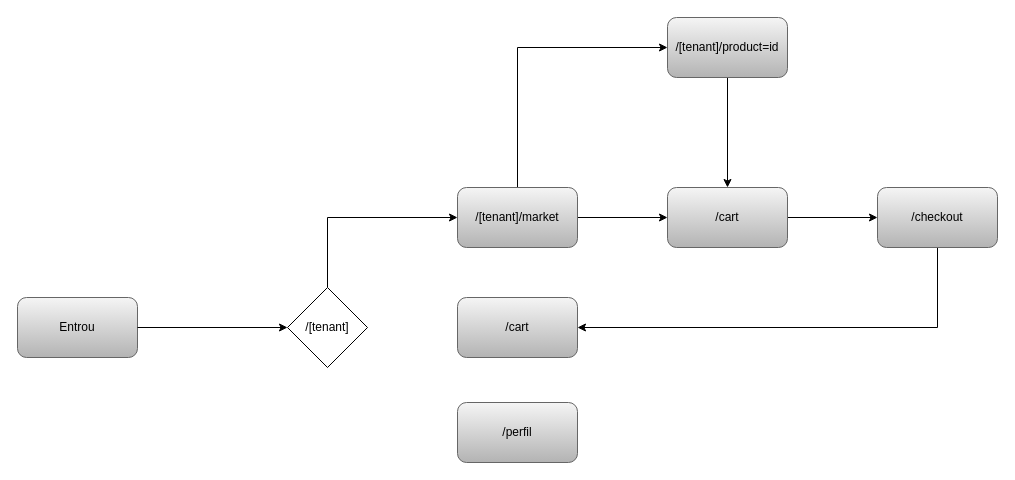
Earlier version of the draw.io diagram mult-tenant-store.drawio (vsiago/ai). Source tidied: cells renumbered, new cells numbered last; positions are measured from the earlier drawing's top-left corner, leaving out a move shared by most shapes. Both pictures are drawn from the tidied source at 100%, with x=0, y=0 at pixel (17, 17).
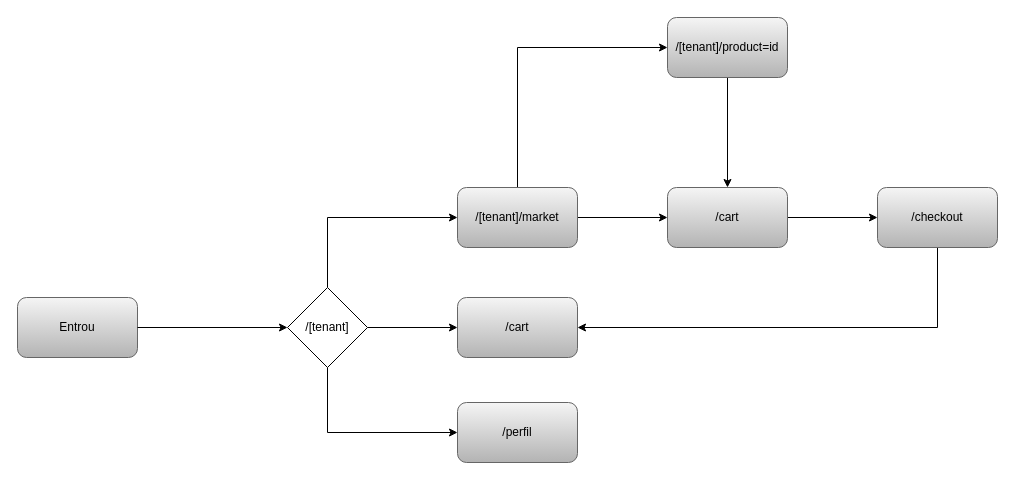
The same diagram, later.

Unchanged cells that the change refers to:
```xml
<mxCell id="11" value="/cart" style="rounded=1;whiteSpace=wrap;html=1;fillColor=#f5f5f5;gradientColor=#b3b3b3;strokeColor=#666666;" parent="1" vertex="1">
  <mxGeometry x="440" y="280" width="120" height="60" as="geometry" />
</mxCell>
<mxCell id="12" value="/perfil" style="rounded=1;whiteSpace=wrap;html=1;fillColor=#f5f5f5;gradientColor=#b3b3b3;strokeColor=#666666;" parent="1" vertex="1">
  <mxGeometry x="440" y="385" width="120" height="60" as="geometry" />
</mxCell>
<mxCell id="14" value="/[tenant]" style="rhombus;whiteSpace=wrap;html=1;" parent="1" vertex="1">
  <mxGeometry x="270" y="270" width="80" height="80" as="geometry" />
</mxCell>
```

What changed in the source:
```diff
@@
+    <mxCell id="17" style="edgeStyle=orthogonalEdgeStyle;rounded=0;jettySize=auto;html=1;" parent="1" edge="1" source="14" target="11">
+      <mxGeometry relative="1" as="geometry" />
+    </mxCell>
+    <mxCell id="18" style="edgeStyle=orthogonalEdgeStyle;rounded=0;jettySize=auto;html=1;entryX=0;entryY=0.5;entryDx=0;entryDy=0;" parent="1" edge="1" source="14" target="12">
+      <mxGeometry relative="1" as="geometry">
+        <Array as="points">
+          <mxPoint x="310" y="415" />
+        </Array>
+      </mxGeometry>
+    </mxCell>
```
